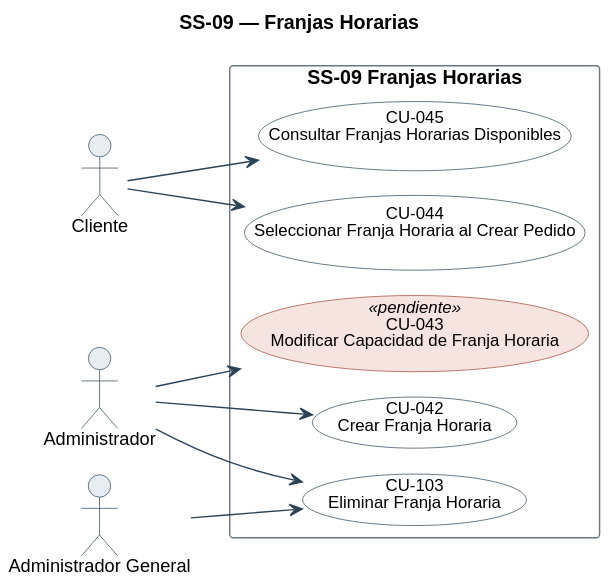
This is diagramas/uml/CU_SS-09_Franjas-Horarias.svg from Nahuelito-Dev/splg-docs, a PlantUML export, as it was before one commit. Source of this version:
```plantuml
@startuml
!pragma layout smetana
title SS-09 — Franjas Horarias
left to right direction
skinparam backgroundColor #FFFFFF
skinparam shadowing false
skinparam defaultFontName Helvetica
skinparam defaultFontSize 13
skinparam ArrowColor #2C4257
skinparam actor {
  BorderColor #2C4257
  BackgroundColor #E8EDF2
}
skinparam usecase {
  BorderColor #2C4257
  BackgroundColor #FFFFFF
  FontSize 12
  BorderColor<<pendiente>> #9C4436
  BackgroundColor<<pendiente>> #F6E4E1
}
skinparam rectangle {
  BorderColor #6B7683
  FontSize 14
  FontStyle bold
}

actor "Cliente" as A1
actor "Administrador" as A3
actor "Administrador General" as A5

rectangle "SS-09 Franjas Horarias" {
  usecase "CU-042\nCrear Franja Horaria" as U42
  usecase "CU-043\nModificar Capacidad de Franja Horaria" as U43 <<pendiente>>
  usecase "CU-044\nSeleccionar Franja Horaria al Crear Pedido" as U44
  usecase "CU-045\nConsultar Franjas Horarias Disponibles" as U45
  usecase "CU-103\nEliminar Franja Horaria" as U103
}

A3 --> U42
A3 --> U43
A1 --> U44
A1 --> U45
A3 --> U103
A5 --> U103
@enduml
```
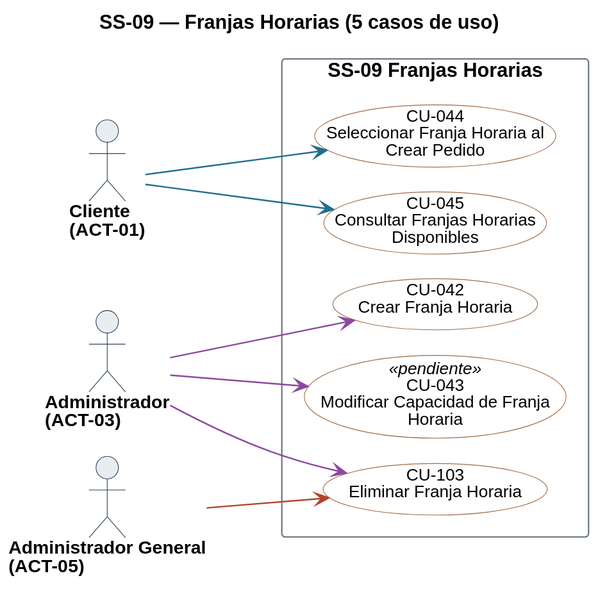
The same diagram one commit later.

The edit, as a diff of the source:
```diff
@@ -1,22 +1,23 @@
 @startuml
-!pragma layout smetana
-title SS-09 — Franjas Horarias
+title SS-09 — Franjas Horarias (5 casos de uso)
 left to right direction
 skinparam backgroundColor #FFFFFF
 skinparam shadowing false
 skinparam defaultFontName Helvetica
 skinparam defaultFontSize 13
+skinparam dpi 150
 skinparam ArrowColor #2C4257
+skinparam ArrowThickness 1.1
 skinparam actor {
   BorderColor #2C4257
   BackgroundColor #E8EDF2
+  FontSize 13
+  FontStyle bold
 }
 skinparam usecase {
   BorderColor #2C4257
   BackgroundColor #FFFFFF
   FontSize 12
-  BorderColor<<pendiente>> #9C4436
-  BackgroundColor<<pendiente>> #F6E4E1
 }
 skinparam rectangle {
   BorderColor #6B7683
@@ -24,22 +25,29 @@
   FontStyle bold
 }
 
-actor "Cliente" as A1
-actor "Administrador" as A3
-actor "Administrador General" as A5
+skinparam nodesep 18
+skinparam ranksep 70
+skinparam usecase {
+  BorderColor<<pendiente>> #9C4436
+  BackgroundColor<<pendiente>> #F6E4E1
+}
+
+actor "Cliente\n(ACT-01)" as A01
+actor "Administrador\n(ACT-03)" as A03
+actor "Administrador General\n(ACT-05)" as A05
 
 rectangle "SS-09 Franjas Horarias" {
-  usecase "CU-042\nCrear Franja Horaria" as U42
-  usecase "CU-043\nModificar Capacidad de Franja Horaria" as U43 <<pendiente>>
-  usecase "CU-044\nSeleccionar Franja Horaria al Crear Pedido" as U44
-  usecase "CU-045\nConsultar Franjas Horarias Disponibles" as U45
-  usecase "CU-103\nEliminar Franja Horaria" as U103
+  usecase "CU-042\nCrear Franja Horaria" as U042 #back:FFFFFF;line:A26A45
+  usecase "CU-043\nModificar Capacidad de Franja\nHoraria" as U043 <<pendiente>> #back:FFFFFF;line:A26A45
+  usecase "CU-044\nSeleccionar Franja Horaria al\nCrear Pedido" as U044 #back:FFFFFF;line:A26A45
+  usecase "CU-045\nConsultar Franjas Horarias\nDisponibles" as U045 #back:FFFFFF;line:A26A45
+  usecase "CU-103\nEliminar Franja Horaria" as U103 #back:FFFFFF;line:A26A45
 }
 
-A3 --> U42
-A3 --> U43
-A1 --> U44
-A1 --> U45
-A3 --> U103
-A5 --> U103
+A01 -[#1F6F8B]-> U044
+A01 -[#1F6F8B]-> U045
+A03 -[#8C4A9E]-> U042
+A03 -[#8C4A9E]-> U043
+A03 -[#8C4A9E]-> U103
+A05 -[#B4432B]-> U103
 @enduml
```
